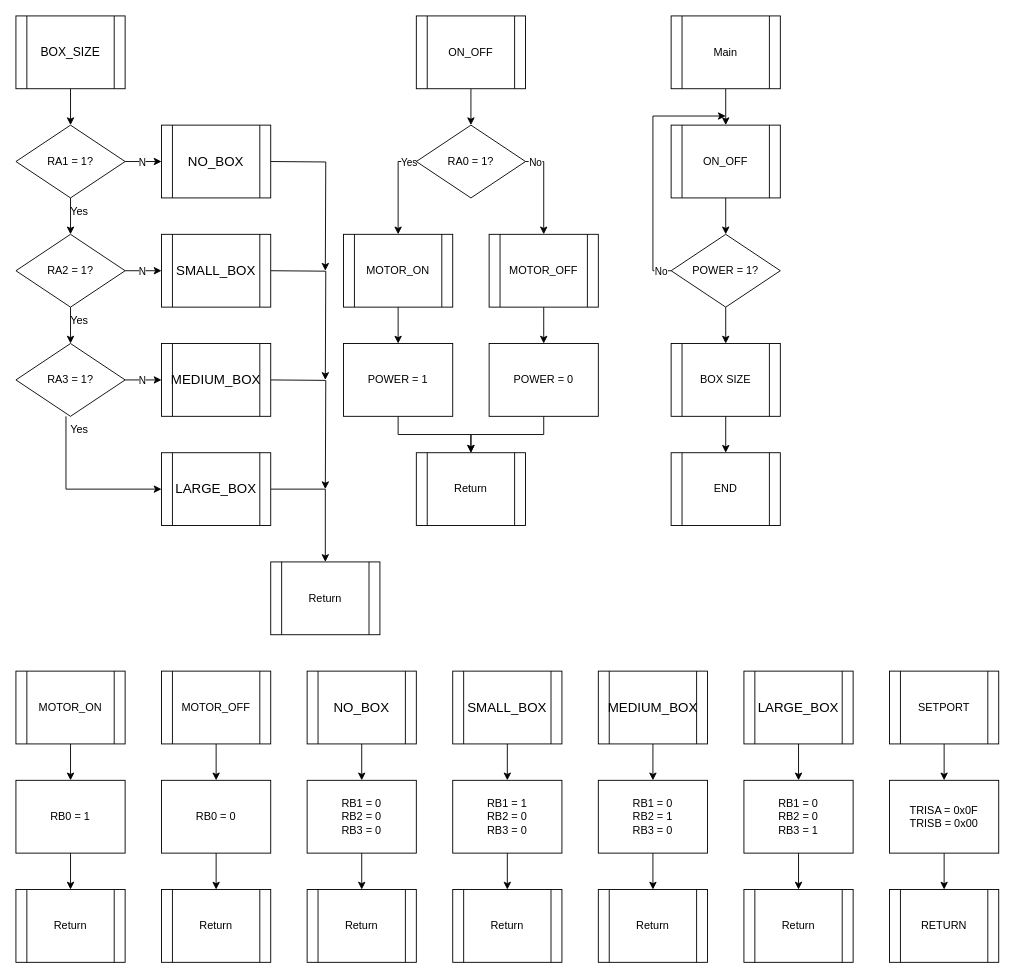
This is HW11/HW11.drawio from Cannon7206/CPEG208, a draw.io file, before an edit. Source tidied: cells renumbered, new cells numbered last; positions are measured from the earlier drawing's top-left corner, leaving out a move shared by most shapes. Both pictures are drawn from the tidied source at 91%, with x=0, y=0 at pixel (15, 15).
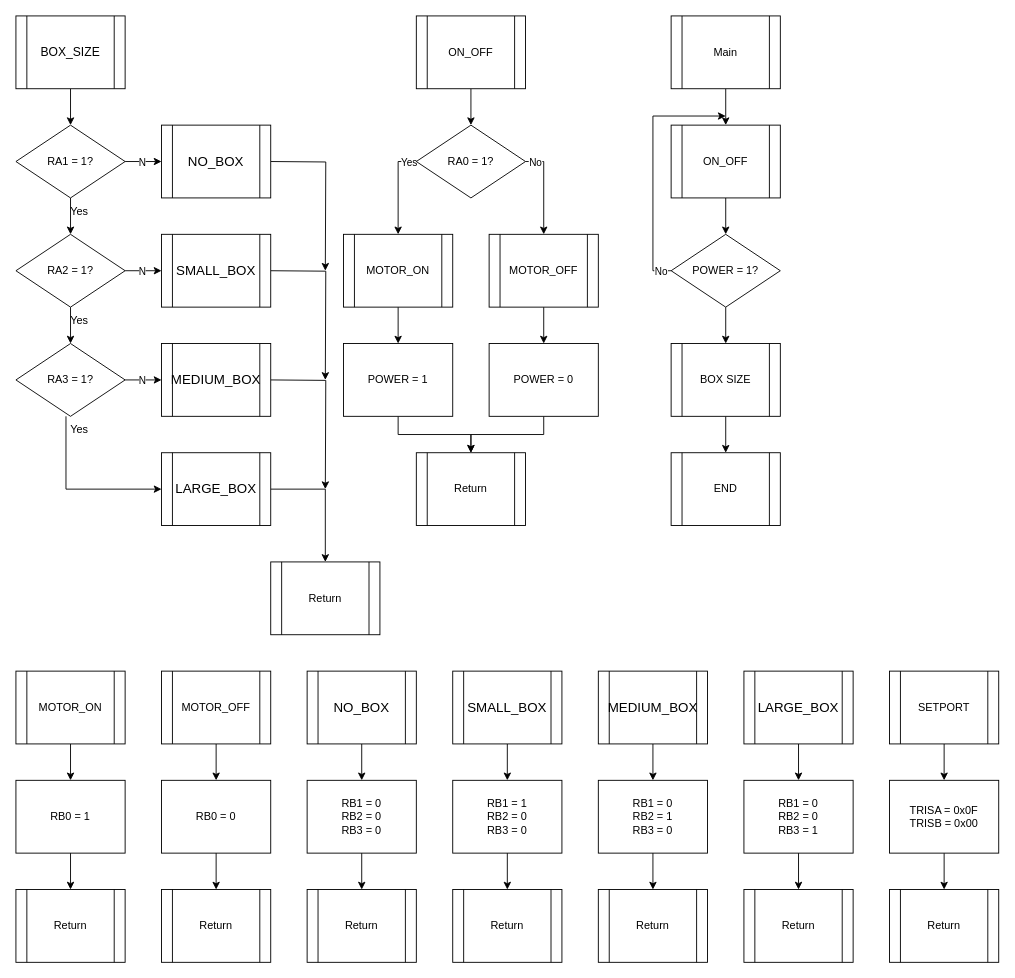
The same page after the edit.

Diff of the diagram source:
```diff
@@
-    <mxCell id="89" value="RETURN" style="shape=process;whiteSpace=wrap;html=1;backgroundOutline=1;" parent="1" vertex="1">
+    <mxCell id="89" value="Return" style="shape=process;whiteSpace=wrap;html=1;backgroundOutline=1;" parent="1" vertex="1">
       <mxGeometry x="960" y="960" width="120" height="80" as="geometry" />
     </mxCell>
```
